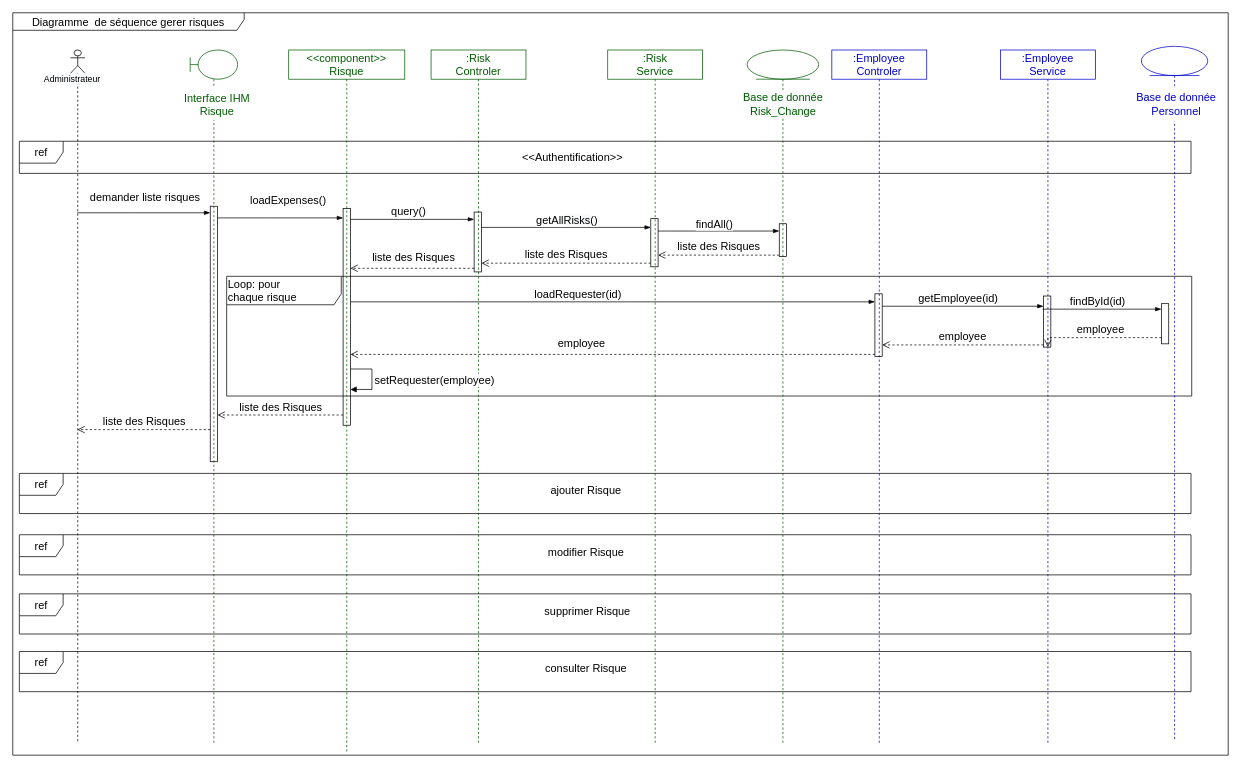
Before: page "Page-1" (1 of 2) of Change_Risk/RiskDiagrammeSequence.drawio in ZidiMedAmine/UML, a draw.io diagram. Source tidied: cells renumbered, new cells numbered last; positions are measured from the earlier drawing's top-left corner, leaving out a move shared by most shapes. Both pictures are drawn from the tidied source at 73%, with x=0, y=0 at pixel (12, 12).
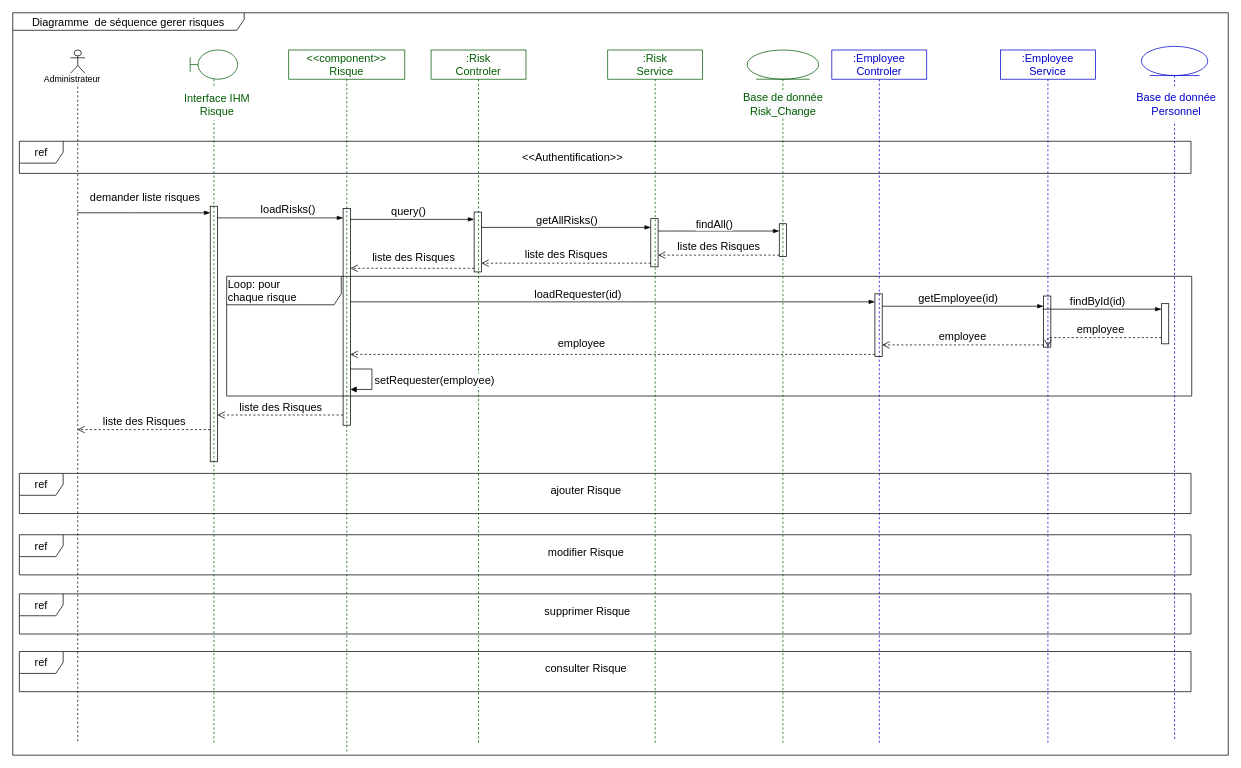
The same diagram, later.

Commit message:
Mettre à jour RiskDiagrammeSequence.drawio

The change refers to these unchanged cells:
```xml
<mxCell id="46" style="fontSize=12;html=1;endArrow=blockThin;endFill=1;rounded=0;" parent="1" edge="1" source="14" target="44">
  <mxGeometry relative="1" as="geometry">
    <Array as="points">
      <mxPoint x="350" y="281" />
    </Array>
  </mxGeometry>
</mxCell>
```

What changed in the source:
```diff
@@
-    <mxCell id="47" value="loadExpenses()" style="edgeLabel;html=1;align=center;verticalAlign=middle;fontSize=15;" parent="46" vertex="1">
+    <mxCell id="47" value="loadRisks()" style="edgeLabel;html=1;align=center;verticalAlign=middle;fontSize=15;" parent="46" vertex="1">
       <mxGeometry x="-0.01" y="-3" relative="1" as="geometry">
-        <mxPoint x="11" y="-29" as="offset" />
+        <mxPoint x="11" y="-16" as="offset" />
       </mxGeometry>
     </mxCell>
```
